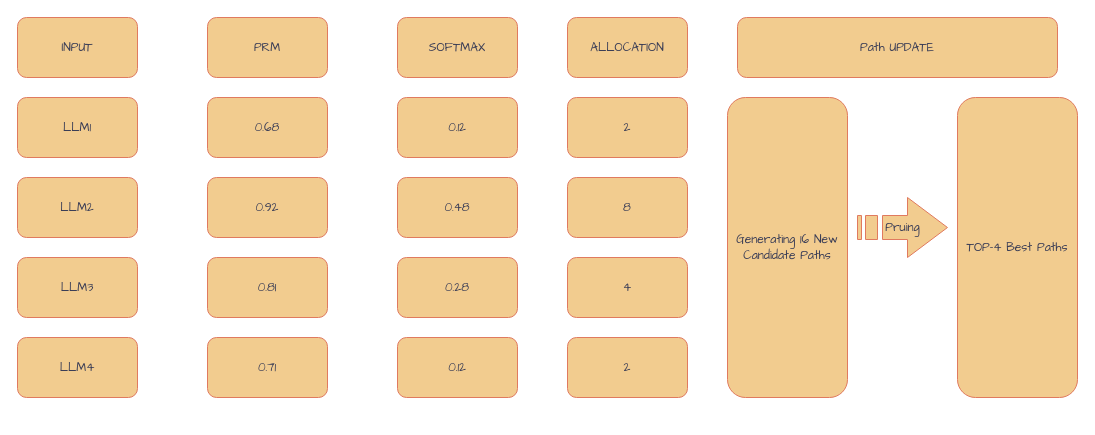
Above: 未命名绘图.drawio in Kirito12580/Liu (draw.io), before the change. Source tidied: cells renumbered, new cells numbered last; positions are measured from the earlier drawing's top-left corner, leaving out a move shared by most shapes. Both pictures are drawn from the tidied source at 100%, with x=0, y=0 at pixel (17, 17).
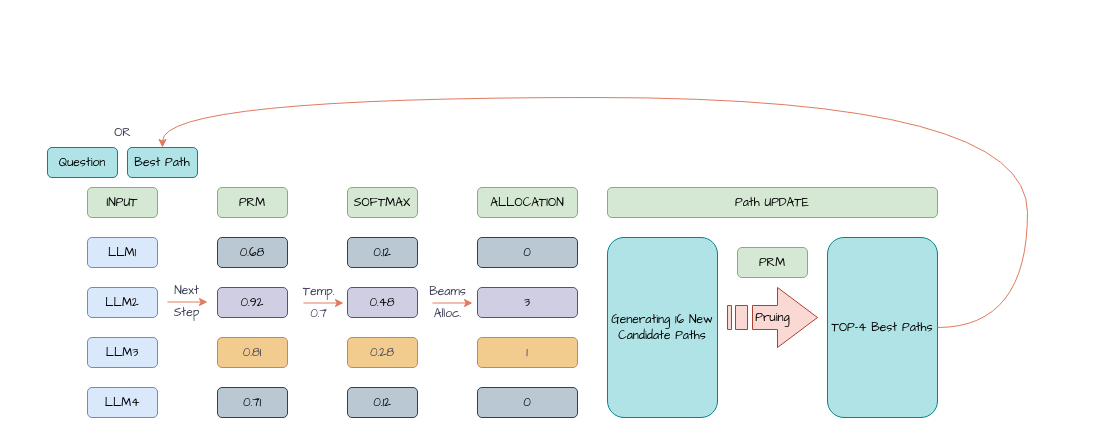
After the change.

What changed in the source:
```diff
@@
+    <mxCell id="26" value="&lt;font face=&quot;Comic Sans MS&quot;&gt;Best Path&lt;/font&gt;" style="rounded=1;whiteSpace=wrap;html=1;labelBackgroundColor=none;fillColor=#b0e3e6;strokeColor=#0e8088;align=center;verticalAlign=middle;fontFamily=Helvetica;fontSize=12;" parent="1" vertex="1">
+      <mxGeometry x="110" y="130" width="70" height="30" as="geometry" />
+    </mxCell>
+    <mxCell id="27" value="&lt;font face=&quot;Comic Sans MS&quot;&gt;Question&lt;/font&gt;" style="rounded=1;whiteSpace=wrap;html=1;labelBackgroundColor=none;fillColor=#b0e3e6;strokeColor=#0e8088;" parent="1" vertex="1">
+      <mxGeometry x="30" y="130" width="70" height="30" as="geometry" />
+    </mxCell>
+    <mxCell id="28" style="group;" parent="1" vertex="1">
+      <mxGeometry x="70" y="170" width="70" height="230" as="geometry" />
+    </mxCell>
-    <mxCell id="2" value="&lt;font face=&quot;Comic Sans MS&quot;&gt;INPUT&lt;/font&gt;" style="rounded=1;whiteSpace=wrap;html=1;labelBackgroundColor=none;fillColor=#F2CC8F;strokeColor=#E07A5F;fontColor=#393C56;" parent="1" vertex="1">
-      <mxGeometry width="120" height="60" as="geometry" />
+    <mxCell id="2" value="&lt;font face=&quot;Comic Sans MS&quot;&gt;INPUT&lt;/font&gt;" style="rounded=1;whiteSpace=wrap;html=1;labelBackgroundColor=none;fillColor=#d5e8d4;strokeColor=#82b366;" parent="28" vertex="1">
+      <mxGeometry width="70" height="30" as="geometry" />
     </mxCell>
-    <mxCell id="3" value="&lt;font face=&quot;Comic Sans MS&quot;&gt;LLM1&lt;/font&gt;" style="rounded=1;whiteSpace=wrap;html=1;labelBackgroundColor=none;fillColor=#F2CC8F;strokeColor=#E07A5F;fontColor=#393C56;" parent="1" vertex="1">
-      <mxGeometry y="80" width="120" height="60" as="geometry" />
+    <mxCell id="3" value="&lt;font face=&quot;Comic Sans MS&quot;&gt;LLM1&lt;/font&gt;" style="rounded=1;whiteSpace=wrap;html=1;labelBackgroundColor=none;fillColor=#dae8fc;strokeColor=#6c8ebf;" parent="28" vertex="1">
+      <mxGeometry y="50" width="70" height="30" as="geometry" />
     </mxCell>
-    <mxCell id="4" value="&lt;font face=&quot;Comic Sans MS&quot;&gt;LLM2&lt;/font&gt;" style="rounded=1;whiteSpace=wrap;html=1;labelBackgroundColor=none;fillColor=#F2CC8F;strokeColor=#E07A5F;fontColor=#393C56;" parent="1" vertex="1">
-      <mxGeometry y="160" width="120" height="60" as="geometry" />
+    <mxCell id="4" value="&lt;font face=&quot;Comic Sans MS&quot;&gt;LLM2&lt;/font&gt;" style="rounded=1;whiteSpace=wrap;html=1;labelBackgroundColor=none;fillColor=#dae8fc;strokeColor=#6c8ebf;" parent="28" vertex="1">
+      <mxGeometry y="100" width="70" height="30" as="geometry" />
     </mxCell>
-    <mxCell id="5" value="&lt;font face=&quot;Comic Sans MS&quot;&gt;LLM3&lt;/font&gt;" style="rounded=1;whiteSpace=wrap;html=1;labelBackgroundColor=none;fillColor=#F2CC8F;strokeColor=#E07A5F;fontColor=#393C56;" parent="1" vertex="1">
-      <mxGeometry y="240" width="120" height="60" as="geometry" />
+    <mxCell id="5" value="&lt;font face=&quot;Comic Sans MS&quot;&gt;LLM3&lt;/font&gt;" style="rounded=1;whiteSpace=wrap;html=1;labelBackgroundColor=none;fillColor=#dae8fc;strokeColor=#6c8ebf;" parent="28" vertex="1">
+      <mxGeometry y="150" width="70" height="30" as="geometry" />
     </mxCell>
-    <mxCell id="6" value="&lt;font face=&quot;Comic Sans MS&quot;&gt;LLM4&lt;/font&gt;" style="rounded=1;whiteSpace=wrap;html=1;labelBackgroundColor=none;fillColor=#F2CC8F;strokeColor=#E07A5F;fontColor=#393C56;" parent="1" vertex="1">
-      <mxGeometry y="320" width="120" height="60" as="geometry" />
+    <mxCell id="6" value="&lt;font face=&quot;Comic Sans MS&quot;&gt;LLM4&lt;/font&gt;" style="rounded=1;whiteSpace=wrap;html=1;labelBackgroundColor=none;fillColor=#dae8fc;strokeColor=#6c8ebf;" parent="28" vertex="1">
+      <mxGeometry y="200" width="70" height="30" as="geometry" />
     </mxCell>
-    <mxCell id="7" value="&lt;font face=&quot;Comic Sans MS&quot;&gt;PRM&lt;/font&gt;" style="rounded=1;whiteSpace=wrap;html=1;labelBackgroundColor=none;fillColor=#F2CC8F;strokeColor=#E07A5F;fontColor=#393C56;" parent="1" vertex="1">
-      <mxGeometry x="190" width="120" height="60" as="geometry" />
-    </mxCell>
-    <mxCell id="8" value="&lt;span style=&quot;font-family: &amp;quot;Comic Sans MS&amp;quot;;&quot;&gt;0.68&lt;/span&gt;" style="rounded=1;whiteSpace=wrap;html=1;labelBackgroundColor=none;fillColor=#F2CC8F;strokeColor=#E07A5F;fontColor=#393C56;" parent="1" vertex="1">
-      <mxGeometry x="190" y="80" width="120" height="60" as="geometry" />
-    </mxCell>
-    <mxCell id="9" value="&lt;font face=&quot;Comic Sans MS&quot;&gt;0.92&lt;/font&gt;" style="rounded=1;whiteSpace=wrap;html=1;labelBackgroundColor=none;fillColor=#F2CC8F;strokeColor=#E07A5F;fontColor=#393C56;" parent="1" vertex="1">
-      <mxGeometry x="190" y="160" width="120" height="60" as="geometry" />
-    </mxCell>
-    <mxCell id="10" value="&lt;font face=&quot;Comic Sans MS&quot;&gt;0.81&lt;/font&gt;" style="rounded=1;whiteSpace=wrap;html=1;labelBackgroundColor=none;fillColor=#F2CC8F;strokeColor=#E07A5F;fontColor=#393C56;" parent="1" vertex="1">
-      <mxGeometry x="190" y="240" width="120" height="60" as="geometry" />
-    </mxCell>
-    <mxCell id="11" value="&lt;font face=&quot;Comic Sans MS&quot;&gt;0.71&lt;/font&gt;" style="rounded=1;whiteSpace=wrap;html=1;labelBackgroundColor=none;fillColor=#F2CC8F;strokeColor=#E07A5F;fontColor=#393C56;" parent="1" vertex="1">
-      <mxGeometry x="190" y="320" width="120" height="60" as="geometry" />
-    </mxCell>
+    <mxCell id="29" style="group;" parent="1" vertex="1">
+      <mxGeometry x="330" y="170" width="70" height="230" as="geometry" />
+    </mxCell>
-    <mxCell id="12" value="&lt;font face=&quot;Comic Sans MS&quot;&gt;SOFTMAX&lt;/font&gt;" style="rounded=1;whiteSpace=wrap;html=1;labelBackgroundColor=none;fillColor=#F2CC8F;strokeColor=#E07A5F;fontColor=#393C56;" parent="1" vertex="1">
-      <mxGeometry x="380" width="120" height="60" as="geometry" />
+    <mxCell id="12" value="&lt;font face=&quot;Comic Sans MS&quot;&gt;SOFTMAX&lt;/font&gt;" style="rounded=1;whiteSpace=wrap;html=1;labelBackgroundColor=none;fillColor=#d5e8d4;strokeColor=#82b366;" parent="29" vertex="1">
+      <mxGeometry width="70" height="30" as="geometry" />
     </mxCell>
-    <mxCell id="13" value="&lt;span style=&quot;font-family: &amp;quot;Comic Sans MS&amp;quot;;&quot;&gt;0.12&lt;/span&gt;" style="rounded=1;whiteSpace=wrap;html=1;labelBackgroundColor=none;fillColor=#F2CC8F;strokeColor=#E07A5F;fontColor=#393C56;" parent="1" vertex="1">
-      <mxGeometry x="380" y="80" width="120" height="60" as="geometry" />
+    <mxCell id="13" value="&lt;span style=&quot;font-family: &amp;quot;Comic Sans MS&amp;quot;;&quot;&gt;0.12&lt;/span&gt;" style="rounded=1;whiteSpace=wrap;html=1;labelBackgroundColor=none;fillColor=#bac8d3;strokeColor=#23445d;" parent="29" vertex="1">
+      <mxGeometry y="50" width="70" height="30" as="geometry" />
     </mxCell>
-    <mxCell id="14" value="&lt;font face=&quot;Comic Sans MS&quot;&gt;0.48&lt;/font&gt;" style="rounded=1;whiteSpace=wrap;html=1;labelBackgroundColor=none;fillColor=#F2CC8F;strokeColor=#E07A5F;fontColor=#393C56;" parent="1" vertex="1">
-      <mxGeometry x="380" y="160" width="120" height="60" as="geometry" />
+    <mxCell id="14" value="&lt;font face=&quot;Comic Sans MS&quot;&gt;0.48&lt;/font&gt;" style="rounded=1;whiteSpace=wrap;html=1;labelBackgroundColor=none;fillColor=#d0cee2;strokeColor=#56517e;" parent="29" vertex="1">
+      <mxGeometry y="100" width="70" height="30" as="geometry" />
     </mxCell>
-    <mxCell id="15" value="&lt;font face=&quot;Comic Sans MS&quot;&gt;0.28&lt;/font&gt;" style="rounded=1;whiteSpace=wrap;html=1;labelBackgroundColor=none;fillColor=#F2CC8F;strokeColor=#E07A5F;fontColor=#393C56;" parent="1" vertex="1">
-      <mxGeometry x="380" y="240" width="120" height="60" as="geometry" />
+    <mxCell id="15" value="&lt;font face=&quot;Comic Sans MS&quot;&gt;0.28&lt;/font&gt;" style="rounded=1;whiteSpace=wrap;html=1;labelBackgroundColor=none;fillColor=#F2CC8F;strokeColor=#E07A5F;fontColor=#393C56;" parent="29" vertex="1">
+      <mxGeometry y="150" width="70" height="30" as="geometry" />
     </mxCell>
-    <mxCell id="16" value="&lt;font face=&quot;Comic Sans MS&quot;&gt;0.12&lt;/font&gt;" style="rounded=1;whiteSpace=wrap;html=1;labelBackgroundColor=none;fillColor=#F2CC8F;strokeColor=#E07A5F;fontColor=#393C56;" parent="1" vertex="1">
-      <mxGeometry x="380" y="320" width="120" height="60" as="geometry" />
+    <mxCell id="16" value="&lt;font face=&quot;Comic Sans MS&quot;&gt;0.12&lt;/font&gt;" style="rounded=1;whiteSpace=wrap;html=1;labelBackgroundColor=none;fillColor=#bac8d3;strokeColor=#23445d;" parent="29" vertex="1">
+      <mxGeometry y="200" width="70" height="30" as="geometry" />
     </mxCell>
+    <mxCell id="30" style="group;" parent="1" vertex="1">
+      <mxGeometry x="460" y="170" width="100" height="230" as="geometry" />
+    </mxCell>
-    <mxCell id="17" value="&lt;font face=&quot;Comic Sans MS&quot;&gt;ALLOCATION&lt;/font&gt;" style="rounded=1;whiteSpace=wrap;html=1;labelBackgroundColor=none;fillColor=#F2CC8F;strokeColor=#E07A5F;fontColor=#393C56;" parent="1" vertex="1">
-      <mxGeometry x="550" width="120" height="60" as="geometry" />
+    <mxCell id="17" value="&lt;font face=&quot;Comic Sans MS&quot;&gt;ALLOCATION&lt;/font&gt;" style="rounded=1;whiteSpace=wrap;html=1;labelBackgroundColor=none;fillColor=#d5e8d4;strokeColor=#82b366;" parent="30" vertex="1">
+      <mxGeometry width="100" height="30" as="geometry" />
     </mxCell>
-    <mxCell id="18" value="&lt;span style=&quot;font-family: &amp;quot;Comic Sans MS&amp;quot;;&quot;&gt;2&lt;/span&gt;" style="rounded=1;whiteSpace=wrap;html=1;labelBackgroundColor=none;fillColor=#F2CC8F;strokeColor=#E07A5F;fontColor=#393C56;" parent="1" vertex="1">
-      <mxGeometry x="550" y="80" width="120" height="60" as="geometry" />
+    <mxCell id="18" value="&lt;span style=&quot;font-family: &amp;quot;Comic Sans MS&amp;quot;;&quot;&gt;0&lt;/span&gt;" style="rounded=1;whiteSpace=wrap;html=1;labelBackgroundColor=none;fillColor=#bac8d3;strokeColor=#23445d;" parent="30" vertex="1">
+      <mxGeometry y="50" width="100" height="30" as="geometry" />
     </mxCell>
-    <mxCell id="19" value="&lt;font face=&quot;Comic Sans MS&quot;&gt;8&lt;/font&gt;" style="rounded=1;whiteSpace=wrap;html=1;labelBackgroundColor=none;fillColor=#F2CC8F;strokeColor=#E07A5F;fontColor=#393C56;" parent="1" vertex="1">
-      <mxGeometry x="550" y="160" width="120" height="60" as="geometry" />
+    <mxCell id="19" value="&lt;font face=&quot;Comic Sans MS&quot;&gt;3&lt;/font&gt;" style="rounded=1;whiteSpace=wrap;html=1;labelBackgroundColor=none;fillColor=#d0cee2;strokeColor=#56517e;" parent="30" vertex="1">
+      <mxGeometry y="100" width="100" height="30" as="geometry" />
     </mxCell>
-    <mxCell id="20" value="&lt;font face=&quot;Comic Sans MS&quot;&gt;4&lt;/font&gt;" style="rounded=1;whiteSpace=wrap;html=1;labelBackgroundColor=none;fillColor=#F2CC8F;strokeColor=#E07A5F;fontColor=#393C56;" parent="1" vertex="1">
-      <mxGeometry x="550" y="240" width="120" height="60" as="geometry" />
+    <mxCell id="20" value="&lt;font face=&quot;Comic Sans MS&quot;&gt;1&lt;/font&gt;" style="rounded=1;whiteSpace=wrap;html=1;labelBackgroundColor=none;fillColor=#F2CC8F;strokeColor=#E07A5F;fontColor=#393C56;" parent="30" vertex="1">
+      <mxGeometry y="150" width="100" height="30" as="geometry" />
     </mxCell>
-    <mxCell id="21" value="&lt;font face=&quot;Comic Sans MS&quot;&gt;2&lt;/font&gt;" style="rounded=1;whiteSpace=wrap;html=1;labelBackgroundColor=none;fillColor=#F2CC8F;strokeColor=#E07A5F;fontColor=#393C56;" parent="1" vertex="1">
-      <mxGeometry x="550" y="320" width="120" height="60" as="geometry" />
+    <mxCell id="21" value="&lt;font face=&quot;Comic Sans MS&quot;&gt;0&lt;/font&gt;" style="rounded=1;whiteSpace=wrap;html=1;labelBackgroundColor=none;fillColor=#bac8d3;strokeColor=#23445d;" parent="30" vertex="1">
+      <mxGeometry y="200" width="100" height="30" as="geometry" />
     </mxCell>
+    <mxCell id="31" style="group;" parent="1" vertex="1">
+      <mxGeometry x="590" y="170" width="330" height="230" as="geometry" />
+    </mxCell>
-    <mxCell id="22" value="&lt;font face=&quot;Comic Sans MS&quot;&gt;Path UPDATE&lt;/font&gt;" style="rounded=1;whiteSpace=wrap;html=1;labelBackgroundColor=none;fillColor=#F2CC8F;strokeColor=#E07A5F;fontColor=#393C56;" parent="1" vertex="1">
-      <mxGeometry x="720" width="320" height="60" as="geometry" />
+    <mxCell id="22" value="&lt;font face=&quot;Comic Sans MS&quot;&gt;Path UPDATE&lt;/font&gt;" style="rounded=1;whiteSpace=wrap;html=1;labelBackgroundColor=none;fillColor=#d5e8d4;strokeColor=#82b366;" parent="31" vertex="1">
+      <mxGeometry width="330" height="30" as="geometry" />
     </mxCell>
-    <mxCell id="23" value="&lt;span style=&quot;font-family: &amp;quot;Comic Sans MS&amp;quot;;&quot;&gt;Generating 16 New Candidate Paths&lt;/span&gt;" style="rounded=1;whiteSpace=wrap;html=1;labelBackgroundColor=none;fillColor=#F2CC8F;strokeColor=#E07A5F;fontColor=#393C56;" parent="1" vertex="1">
-      <mxGeometry x="710" y="80" width="120" height="300" as="geometry" />
+    <mxCell id="23" value="&lt;span style=&quot;font-family: &amp;quot;Comic Sans MS&amp;quot;;&quot;&gt;Generating 16 New Candidate Paths&lt;/span&gt;" style="rounded=1;whiteSpace=wrap;html=1;labelBackgroundColor=none;fillColor=#b0e3e6;strokeColor=#0e8088;" parent="31" vertex="1">
+      <mxGeometry y="50" width="110" height="180" as="geometry" />
     </mxCell>
+    <mxCell id="25" value="&lt;font face=&quot;Comic Sans MS&quot;&gt;Pruing&lt;/font&gt;" style="html=1;shadow=0;dashed=0;align=center;verticalAlign=middle;shape=mxgraph.arrows2.stripedArrow;dy=0.6;dx=40;notch=25;rounded=1;labelBackgroundColor=none;fillColor=#fad9d5;strokeColor=#ae4132;" parent="31" vertex="1">
+      <mxGeometry x="120" y="100" width="90" height="60" as="geometry" />
+    </mxCell>
-    <mxCell id="24" value="&lt;span style=&quot;font-family: &amp;quot;Comic Sans MS&amp;quot;;&quot;&gt;TOP-4 Best Paths&lt;/span&gt;" style="rounded=1;whiteSpace=wrap;html=1;labelBackgroundColor=none;fillColor=#F2CC8F;strokeColor=#E07A5F;fontColor=#393C56;" parent="1" vertex="1">
-      <mxGeometry x="940" y="80" width="120" height="300" as="geometry" />
+    <mxCell id="24" value="&lt;span style=&quot;font-family: &amp;quot;Comic Sans MS&amp;quot;;&quot;&gt;TOP-4 Best Paths&lt;/span&gt;" style="rounded=1;whiteSpace=wrap;html=1;labelBackgroundColor=none;fillColor=#b0e3e6;strokeColor=#0e8088;" parent="31" vertex="1">
+      <mxGeometry x="220" y="50" width="110" height="180" as="geometry" />
     </mxCell>
-    <mxCell id="25" value="&lt;font face=&quot;Comic Sans MS&quot;&gt;Pruing&lt;/font&gt;" style="html=1;shadow=0;dashed=0;align=center;verticalAlign=middle;shape=mxgraph.arrows2.stripedArrow;dy=0.6;dx=40;notch=25;rounded=1;labelBackgroundColor=none;fillColor=#F2CC8F;strokeColor=#E07A5F;fontColor=#393C56;" parent="1" vertex="1">
-      <mxGeometry x="840" y="180" width="90" height="60" as="geometry" />
-    </mxCell>
+    <mxCell id="32" value="&lt;font face=&quot;Comic Sans MS&quot;&gt;PRM&lt;/font&gt;" style="rounded=1;whiteSpace=wrap;html=1;labelBackgroundColor=none;fillColor=#d5e8d4;strokeColor=#82b366;flipH=1;flipV=1;" parent="31" vertex="1">
+      <mxGeometry x="130" y="60" width="70" height="30" as="geometry" />
+    </mxCell>
+    <mxCell id="33" style="group;" parent="1" vertex="1">
+      <mxGeometry x="200" y="170" width="70" height="230" as="geometry" />
+    </mxCell>
+    <mxCell id="11" value="&lt;font face=&quot;Comic Sans MS&quot;&gt;0.71&lt;/font&gt;" style="rounded=1;whiteSpace=wrap;html=1;labelBackgroundColor=none;fillColor=#bac8d3;strokeColor=#23445d;flipH=1;flipV=1;" parent="33" vertex="1">
+      <mxGeometry y="200" width="70" height="30" as="geometry" />
+    </mxCell>
+    <mxCell id="7" value="&lt;font face=&quot;Comic Sans MS&quot;&gt;PRM&lt;/font&gt;" style="rounded=1;whiteSpace=wrap;html=1;labelBackgroundColor=none;fillColor=#d5e8d4;strokeColor=#82b366;flipH=1;flipV=1;" parent="33" vertex="1">
+      <mxGeometry width="70" height="30" as="geometry" />
+    </mxCell>
+    <mxCell id="8" value="&lt;span style=&quot;font-family: &amp;quot;Comic Sans MS&amp;quot;;&quot;&gt;0.68&lt;/span&gt;" style="rounded=1;whiteSpace=wrap;html=1;labelBackgroundColor=none;fillColor=#bac8d3;strokeColor=#23445d;flipH=1;flipV=1;" parent="33" vertex="1">
+      <mxGeometry y="50" width="70" height="30" as="geometry" />
+    </mxCell>
+    <mxCell id="9" value="&lt;font face=&quot;Comic Sans MS&quot;&gt;0.92&lt;/font&gt;" style="rounded=1;whiteSpace=wrap;html=1;labelBackgroundColor=none;fillColor=#d0cee2;strokeColor=#56517e;flipH=1;flipV=1;" parent="33" vertex="1">
+      <mxGeometry y="100" width="70" height="30" as="geometry" />
+    </mxCell>
+    <mxCell id="10" value="&lt;font face=&quot;Comic Sans MS&quot;&gt;0.81&lt;/font&gt;" style="rounded=1;whiteSpace=wrap;html=1;labelBackgroundColor=none;fillColor=#F2CC8F;strokeColor=#E07A5F;fontColor=#393C56;flipH=1;flipV=1;" parent="33" vertex="1">
+      <mxGeometry y="150" width="70" height="30" as="geometry" />
+    </mxCell>
+    <mxCell id="34" value="&lt;font face=&quot;Comic Sans MS&quot;&gt;OR&lt;/font&gt;" style="text;html=1;align=center;verticalAlign=middle;strokeColor=none;fillColor=none;fontColor=#393C56;" parent="1" vertex="1">
+      <mxGeometry x="85" y="100" width="40" height="30" as="geometry" />
+    </mxCell>
+    <mxCell id="35" style="endArrow=classic;html=1;rounded=0;strokeColor=#E07A5F;fontColor=#393C56;curved=1;fillColor=#F2CC8F;" parent="1" edge="1">
+      <mxGeometry relative="1" as="geometry">
+        <mxPoint x="150" y="284.5" as="sourcePoint" />
+        <mxPoint x="190" y="284.5" as="targetPoint" />
+      </mxGeometry>
+    </mxCell>
+    <mxCell id="36" value="&lt;font face=&quot;Comic Sans MS&quot;&gt;Next&lt;/font&gt;" style="text;html=1;align=center;verticalAlign=middle;strokeColor=none;fillColor=none;fontColor=#393C56;" parent="1" vertex="1">
+      <mxGeometry x="144" y="258" width="50" height="30" as="geometry" />
+    </mxCell>
+    <mxCell id="37" value="&lt;font face=&quot;Comic Sans MS&quot;&gt;Step&lt;/font&gt;" style="text;html=1;align=center;verticalAlign=middle;strokeColor=none;fillColor=none;fontColor=#393C56;" parent="1" vertex="1">
+      <mxGeometry x="144" y="280" width="50" height="30" as="geometry" />
+    </mxCell>
+    <mxCell id="38" style="endArrow=classic;html=1;rounded=0;strokeColor=#E07A5F;fontColor=#393C56;curved=1;fillColor=#F2CC8F;" parent="1" edge="1">
+      <mxGeometry relative="1" as="geometry">
+        <mxPoint x="286" y="285.5" as="sourcePoint" />
+        <mxPoint x="326" y="285.5" as="targetPoint" />
+      </mxGeometry>
+    </mxCell>
+    <mxCell id="39" value="&lt;font face=&quot;Comic Sans MS&quot;&gt;Temp.&lt;/font&gt;" style="text;html=1;align=center;verticalAlign=middle;strokeColor=none;fillColor=none;fontColor=#393C56;" parent="1" vertex="1">
+      <mxGeometry x="271" y="259" width="60" height="30" as="geometry" />
+    </mxCell>
+    <mxCell id="40" value="&lt;font face=&quot;Comic Sans MS&quot;&gt;0.7&lt;/font&gt;" style="text;html=1;align=center;verticalAlign=middle;strokeColor=none;fillColor=none;fontColor=#393C56;" parent="1" vertex="1">
+      <mxGeometry x="281" y="281" width="40" height="30" as="geometry" />
+    </mxCell>
+    <mxCell id="41" style="endArrow=classic;html=1;rounded=0;strokeColor=#E07A5F;fontColor=#393C56;curved=1;fillColor=#F2CC8F;" parent="1" edge="1">
+      <mxGeometry relative="1" as="geometry">
+        <mxPoint x="415" y="285.5" as="sourcePoint" />
+        <mxPoint x="455" y="285.5" as="targetPoint" />
+      </mxGeometry>
+    </mxCell>
+    <mxCell id="42" value="&lt;font face=&quot;Comic Sans MS&quot;&gt;Beams&lt;/font&gt;" style="text;html=1;align=center;verticalAlign=middle;strokeColor=none;fillColor=none;fontColor=#393C56;" parent="1" vertex="1">
+      <mxGeometry x="400" y="259" width="60" height="30" as="geometry" />
+    </mxCell>
+    <mxCell id="43" value="&lt;font face=&quot;Comic Sans MS&quot;&gt;Alloc.&lt;/font&gt;" style="text;html=1;align=center;verticalAlign=middle;strokeColor=none;fillColor=none;fontColor=#393C56;" parent="1" vertex="1">
+      <mxGeometry x="405" y="281" width="50" height="30" as="geometry" />
+    </mxCell>
+    <mxCell id="44" style="edgeStyle=orthogonalEdgeStyle;curved=1;rounded=0;jettySize=auto;html=1;entryX=0.5;entryY=0;entryDx=0;entryDy=0;strokeColor=#E07A5F;fontColor=#393C56;fillColor=#F2CC8F;" parent="1" edge="1" source="24" target="26">
+      <mxGeometry relative="1" as="geometry">
+        <Array as="points">
+          <mxPoint x="1010" y="310" />
+          <mxPoint x="1010" y="80" />
+          <mxPoint x="145" y="80" />
+        </Array>
+      </mxGeometry>
+    </mxCell>
```
